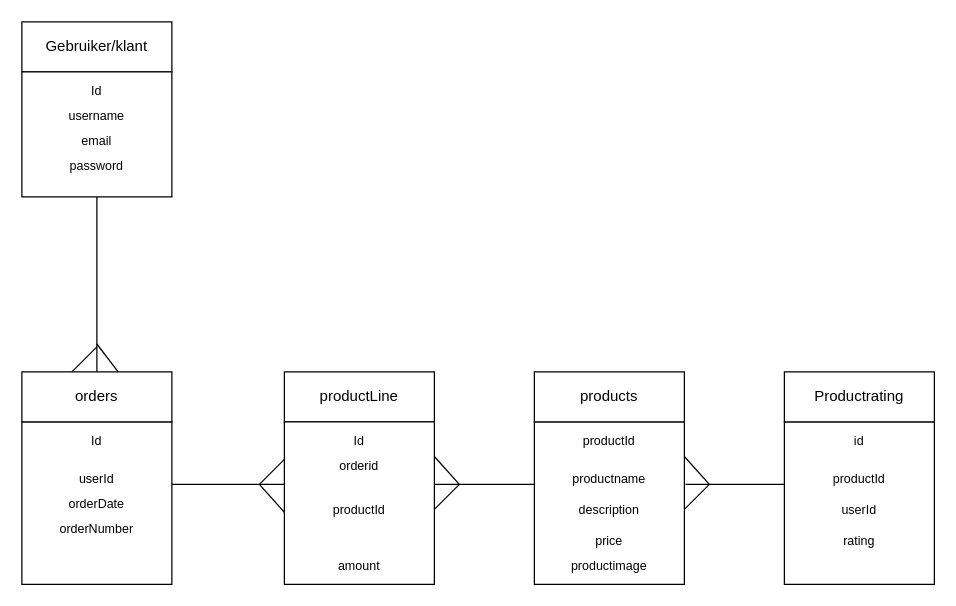
Earlier version of the draw.io diagram Diagrams/erd.drawio (OmerS7/educom-webshop-oop-1696940510). Source tidied: cells renumbered, new cells numbered last; positions are measured from the earlier drawing's top-left corner, leaving out a move shared by most shapes. Both pictures are drawn from the tidied source at 125%, with x=0, y=0 at pixel (21, 21).
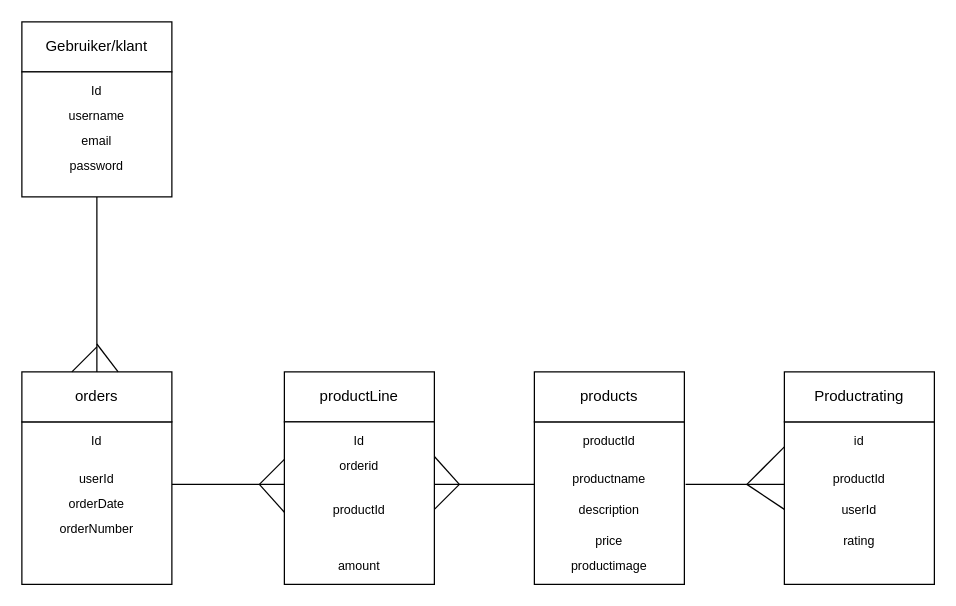
After the change.

Commit message:
added one to many relation  products and rating

What changed in the source:
```diff
@@
-    <mxCell id="43" style="endArrow=none;html=1;exitX=1.025;exitY=0.213;exitDx=0;exitDy=0;exitPerimeter=0;" parent="1" edge="1">
+    <mxCell id="43" style="endArrow=none;html=1;" parent="1" edge="1">
       <mxGeometry relative="1" as="geometry">
-        <mxPoint x="530" y="347.7" as="sourcePoint" />
-        <mxPoint x="550" y="370" as="targetPoint" />
+        <mxPoint x="610" y="340" as="sourcePoint" />
+        <mxPoint x="580" y="370" as="targetPoint" />
       </mxGeometry>
     </mxCell>
     <mxCell id="44" style="endArrow=none;html=1;" parent="1" edge="1">
       <mxGeometry relative="1" as="geometry">
-        <mxPoint x="530" y="390" as="sourcePoint" />
-        <mxPoint x="550" y="370" as="targetPoint" />
+        <mxPoint x="580" y="370" as="sourcePoint" />
+        <mxPoint x="610" y="390" as="targetPoint" />
       </mxGeometry>
     </mxCell>
```
